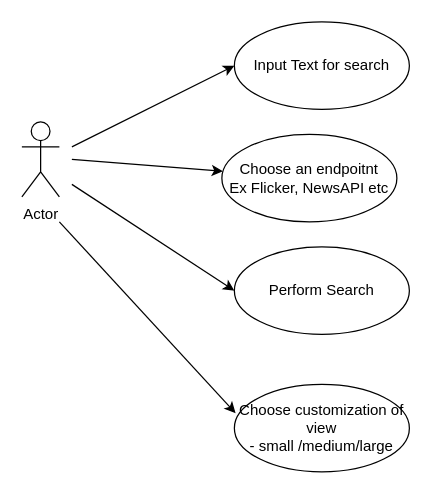
Earlier version of the draw.io diagram Documents/Source/UseCase.drawio (RoshniVijay/SearchTool). Source tidied: cells renumbered, new cells numbered last; positions are measured from the earlier drawing's top-left corner, leaving out a move shared by most shapes. Both pictures are drawn from the tidied source at 125%, with x=0, y=0 at pixel (21, 21).
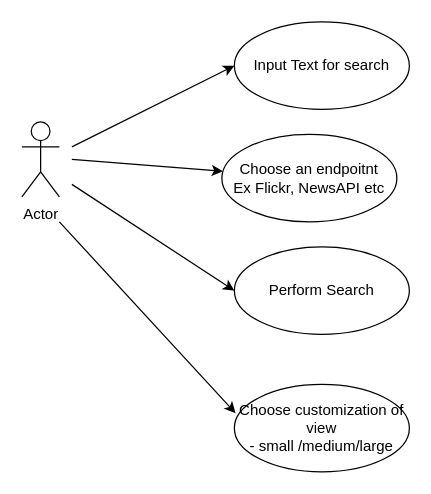
The same diagram, later.

Diff of the diagram source:
```diff
@@
 <mxGraphModel>
   <root>
     <mxCell id="0" />
     <mxCell id="1" parent="0" />
     <mxCell id="2" value="Input Text for search" style="ellipse;whiteSpace=wrap;html=1;" parent="1" vertex="1">
       <mxGeometry x="170" width="140" height="70" as="geometry" />
     </mxCell>
     <mxCell id="3" value="Actor" style="shape=umlActor;verticalLabelPosition=bottom;labelBackgroundColor=#ffffff;verticalAlign=top;html=1;" parent="1" vertex="1">
       <mxGeometry y="80" width="30" height="60" as="geometry" />
     </mxCell>
     <mxCell id="4" style="endArrow=classic;html=1;entryX=0;entryY=0.5;entryDx=0;entryDy=0;" parent="1" edge="1" target="2">
       <mxGeometry relative="1" as="geometry">
         <mxPoint x="40" y="100" as="sourcePoint" />
       </mxGeometry>
     </mxCell>
     <mxCell id="5" value="Perform Search" style="ellipse;whiteSpace=wrap;html=1;" parent="1" vertex="1">
       <mxGeometry x="170" y="180" width="140" height="70" as="geometry" />
     </mxCell>
     <mxCell id="6" style="endArrow=classic;html=1;entryX=0;entryY=0.5;entryDx=0;entryDy=0;" parent="1" edge="1" target="5">
       <mxGeometry relative="1" as="geometry">
         <mxPoint x="40" y="130" as="sourcePoint" />
       </mxGeometry>
     </mxCell>
-    <mxCell id="7" value="Choose an endpoitnt&lt;br&gt;Ex Flicker, NewsAPI etc" style="ellipse;whiteSpace=wrap;html=1;" parent="1" vertex="1">
+    <mxCell id="7" value="Choose an endpoitnt&lt;br&gt;Ex Flickr, NewsAPI etc" style="ellipse;whiteSpace=wrap;html=1;" parent="1" vertex="1">
       <mxGeometry x="160" y="90" width="140" height="70" as="geometry" />
     </mxCell>
     <mxCell id="8" style="endArrow=classic;html=1;" parent="1" edge="1" target="7">
       <mxGeometry relative="1" as="geometry">
         <mxPoint x="40" y="110" as="sourcePoint" />
       </mxGeometry>
     </mxCell>
     <mxCell id="9" style="endArrow=classic;html=1;entryX=0.007;entryY=0.329;entryDx=0;entryDy=0;entryPerimeter=0;" parent="1" edge="1" target="10">
       <mxGeometry relative="1" as="geometry">
         <mxPoint x="30" y="160" as="sourcePoint" />
       </mxGeometry>
     </mxCell>
     <mxCell id="10" value="Choose customization of view&lt;br&gt;- small /medium/large" style="ellipse;whiteSpace=wrap;html=1;" parent="1" vertex="1">
       <mxGeometry x="170" y="290" width="140" height="70" as="geometry" />
     </mxCell>
   </root>
 </mxGraphModel>
```
